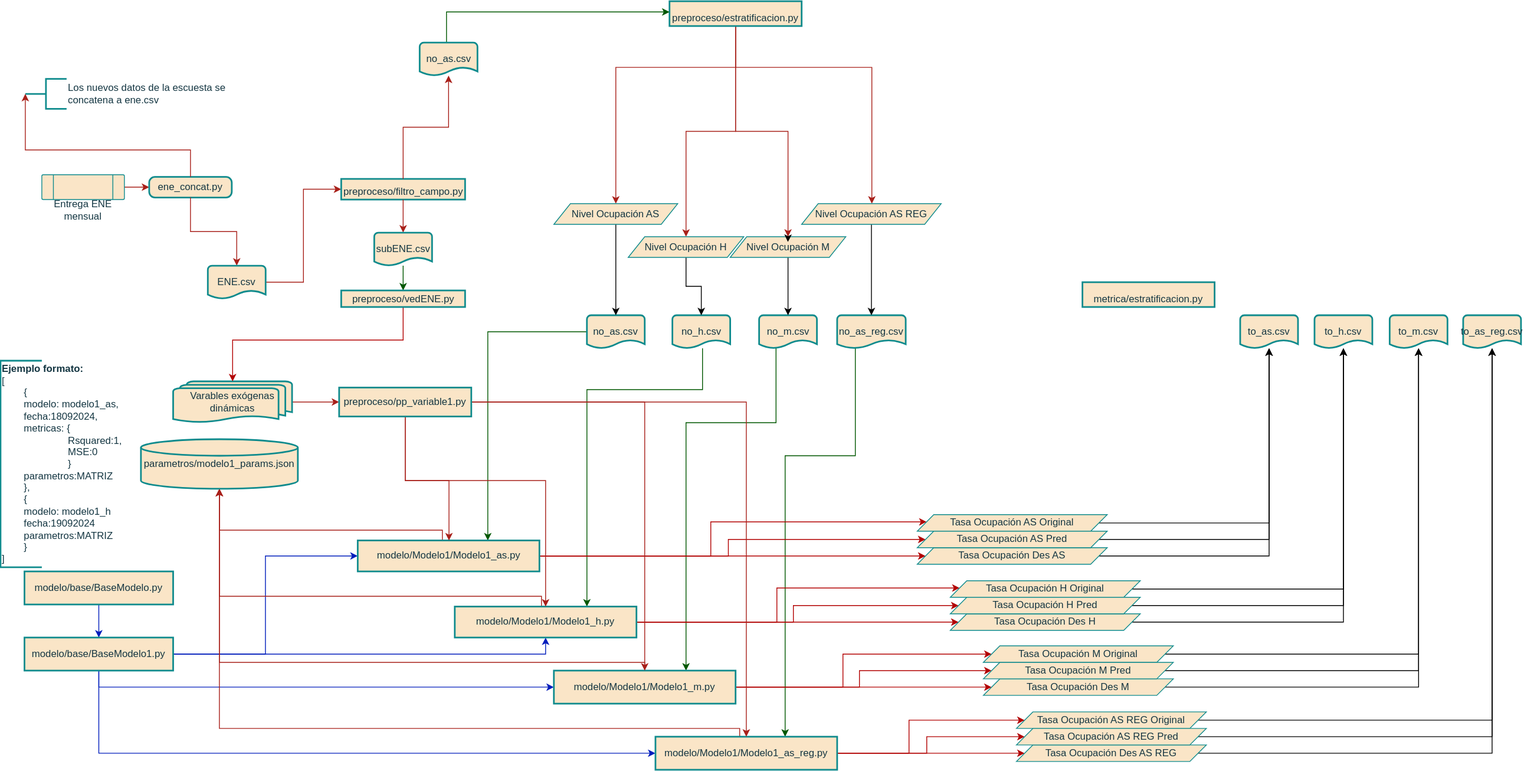
Before: DLC.drawio.svg, a diagram exported from draw.io (alonsoU/alonsoU). Source tidied: cells renumbered, new cells last; positions are measured from the earlier drawing's top-left corner, leaving out a move shared by most shapes.
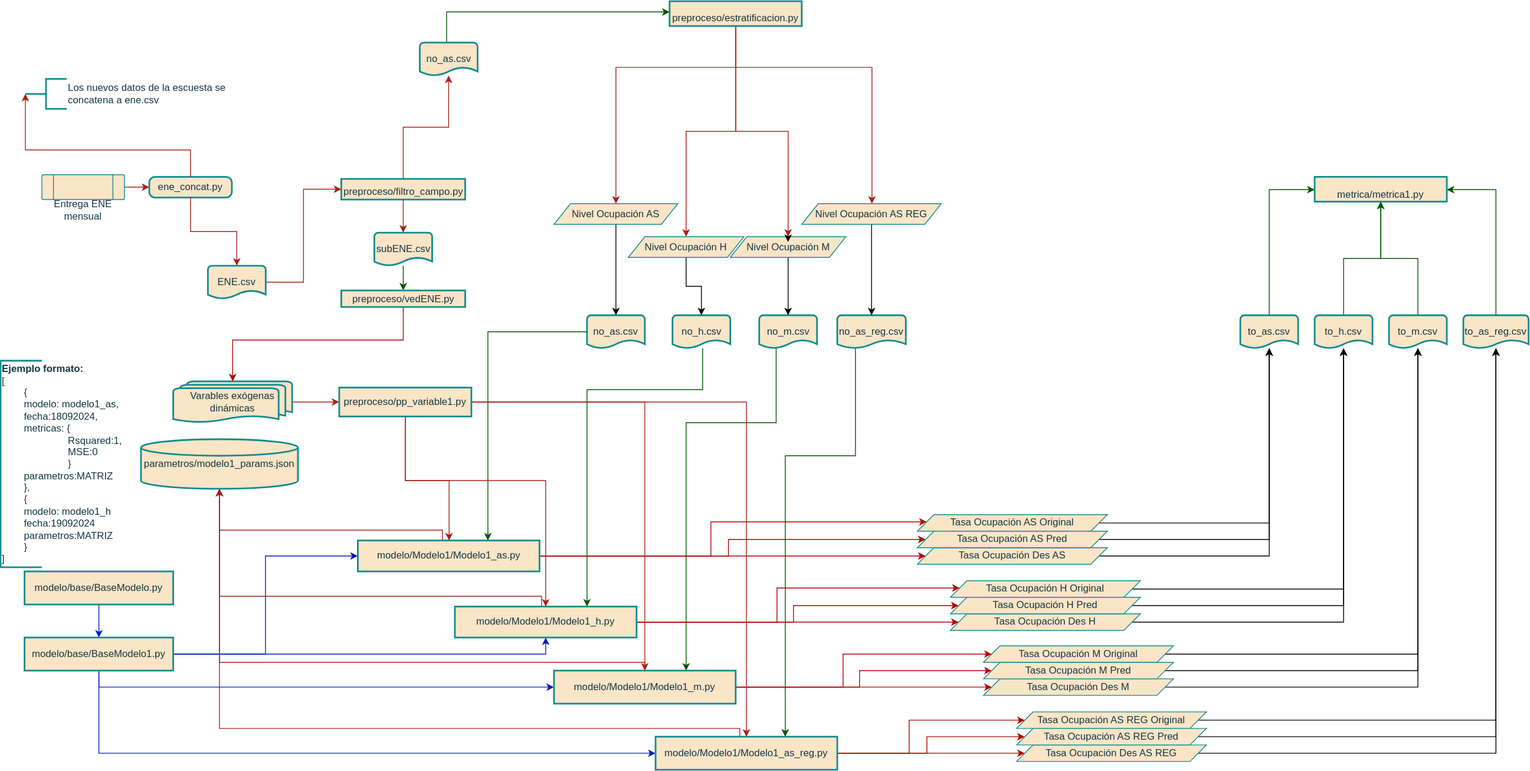
After the commit.

The edit, as a diff of the source:
```diff
@@ -316,15 +316,35 @@
     <mxCell id="72" value="preproceso/pp_variable1.py" style="whiteSpace=wrap;html=1;fillColor=#FAE5C7;strokeColor=#0F8B8D;fontColor=#143642;strokeWidth=2;labelBackgroundColor=none;rounded=0;" parent="1" vertex="1">
       <mxGeometry x="410" y="467.5" width="160" height="35" as="geometry" />
     </mxCell>
+    <mxCell id="106" style="edgeStyle=orthogonalEdgeStyle;rounded=0;jettySize=auto;html=1;fillColor=#008a00;strokeColor=#005700;" parent="1" edge="1" source="73" target="105">
+      <mxGeometry relative="1" as="geometry" />
+    </mxCell>
     <mxCell id="73" value="to_m.csv" style="strokeWidth=2;html=1;shape=mxgraph.flowchart.document2;whiteSpace=wrap;size=0.25;strokeColor=#0F8B8D;fontColor=#143642;fillColor=#FAE5C7;" parent="1" vertex="1">
-      <mxGeometry x="1682" y="380" width="70" height="40" as="geometry" />
+      <mxGeometry x="1681" y="380" width="70" height="40" as="geometry" />
     </mxCell>
+    <mxCell id="107" style="edgeStyle=orthogonalEdgeStyle;rounded=0;jettySize=auto;html=1;fillColor=#008a00;strokeColor=#005700;" parent="1" edge="1" source="74" target="105">
+      <mxGeometry relative="1" as="geometry">
+        <Array as="points">
+          <mxPoint x="1811" y="228" />
+        </Array>
+      </mxGeometry>
+    </mxCell>
     <mxCell id="74" value="to_as_reg.csv" style="strokeWidth=2;html=1;shape=mxgraph.flowchart.document2;whiteSpace=wrap;size=0.25;strokeColor=#0F8B8D;fontColor=#143642;fillColor=#FAE5C7;" parent="1" vertex="1">
-      <mxGeometry x="1771" y="380" width="70" height="40" as="geometry" />
+      <mxGeometry x="1771" y="380" width="79" height="40" as="geometry" />
     </mxCell>
+    <mxCell id="108" style="edgeStyle=orthogonalEdgeStyle;rounded=0;jettySize=auto;html=1;fillColor=#008a00;strokeColor=#005700;" parent="1" edge="1" source="75" target="105">
+      <mxGeometry relative="1" as="geometry">
+        <Array as="points">
+          <mxPoint x="1536" y="228" />
+        </Array>
+      </mxGeometry>
+    </mxCell>
     <mxCell id="75" value="to_as.csv" style="strokeWidth=2;html=1;shape=mxgraph.flowchart.document2;whiteSpace=wrap;size=0.25;strokeColor=#0F8B8D;fontColor=#143642;fillColor=#FAE5C7;" parent="1" vertex="1">
       <mxGeometry x="1501" y="380" width="70" height="40" as="geometry" />
     </mxCell>
+    <mxCell id="109" style="edgeStyle=orthogonalEdgeStyle;rounded=0;jettySize=auto;html=1;fillColor=#008a00;strokeColor=#005700;" parent="1" edge="1" source="76" target="105">
+      <mxGeometry relative="1" as="geometry" />
+    </mxCell>
     <mxCell id="76" value="to_h.csv" style="strokeWidth=2;html=1;shape=mxgraph.flowchart.document2;whiteSpace=wrap;size=0.25;strokeColor=#0F8B8D;fontColor=#143642;fillColor=#FAE5C7;" parent="1" vertex="1">
       <mxGeometry x="1591" y="380" width="70" height="40" as="geometry" />
     </mxCell>
@@ -417,8 +437,8 @@
     <mxCell id="104" value="Tasa Ocupación AS REG Pred" style="shape=parallelogram;perimeter=parallelogramPerimeter;whiteSpace=wrap;html=1;fixedSize=1;labelBackgroundColor=none;fillColor=#FAE5C7;strokeColor=#0F8B8D;fontColor=#143642;" parent="1" vertex="1">
       <mxGeometry x="1230" y="880" width="230" height="20" as="geometry" />
     </mxCell>
-    <mxCell id="105" value="metrica/estratificacion.py" style="rounded=0;whiteSpace=wrap;html=1;absoluteArcSize=1;arcSize=14;strokeWidth=2;strokeColor=#0F8B8D;fontColor=#143642;fillColor=#FAE5C7;verticalAlign=bottom;labelBackgroundColor=none;" parent="1" vertex="1">
-      <mxGeometry x="1310" y="340" width="160" height="30" as="geometry" />
+    <mxCell id="105" value="metrica/metrica1.py" style="rounded=0;whiteSpace=wrap;html=1;absoluteArcSize=1;arcSize=14;strokeWidth=2;strokeColor=#0F8B8D;fontColor=#143642;fillColor=#FAE5C7;verticalAlign=bottom;labelBackgroundColor=none;" parent="1" vertex="1">
+      <mxGeometry x="1591" y="212.5" width="160" height="30" as="geometry" />
     </mxCell>
   </root>
 </mxGraphModel>
```
